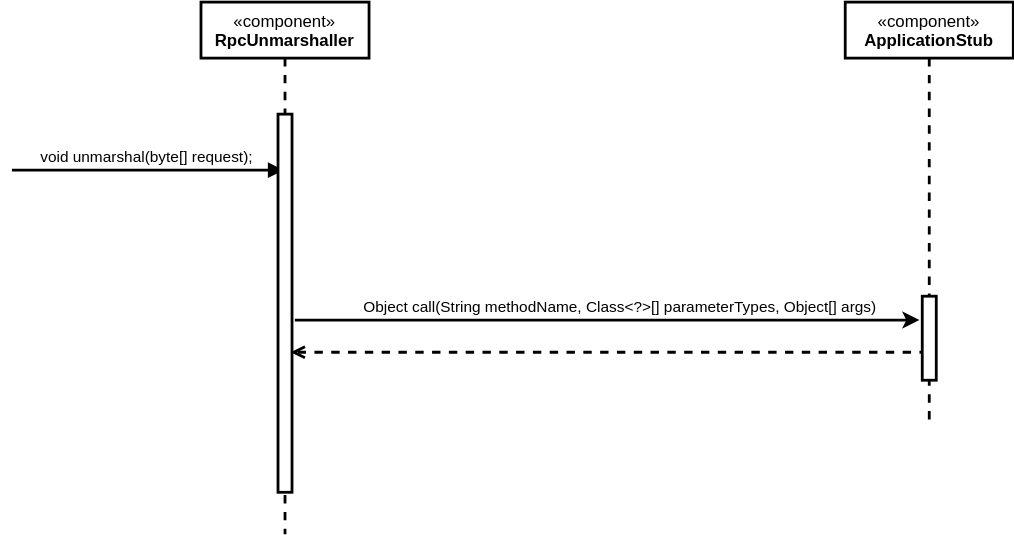
This is docs/middleware/diagrams/UC01IInvokingCallsSequenceDiagramLevel1.drawio.svg from HaniAlshikh/tron, a draw.io export, as it was before one commit. Source tidied: cells renumbered, new cells last; positions are measured from the earlier drawing's top-left corner, leaving out a move shared by most shapes.
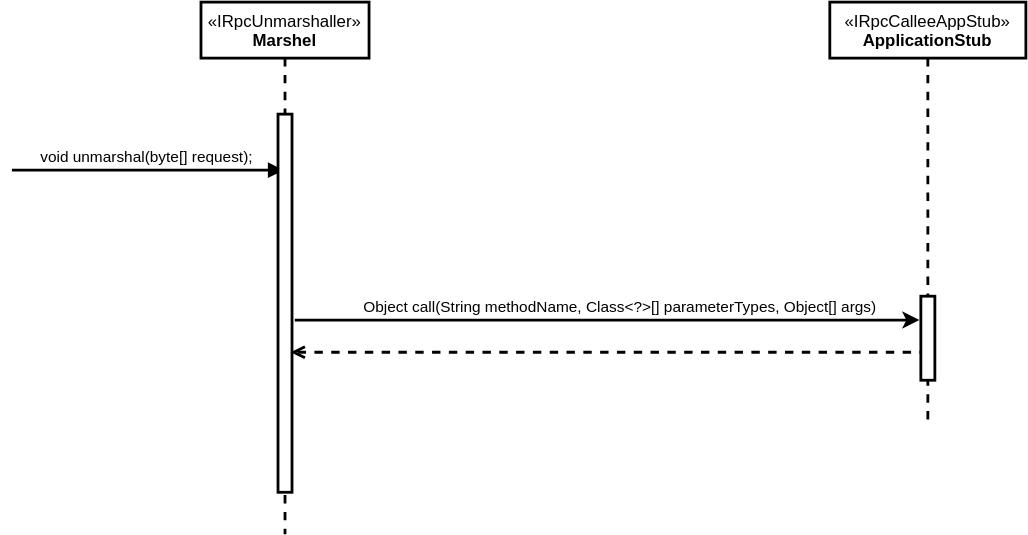
Above is the later version.

Commit message:
Docs: Runtime View Level diagrams interfaces

Diff of the diagram source:
```diff
@@ -12,7 +12,7 @@
         <mxPoint x="13" y="-8" as="offset" />
       </mxGeometry>
     </mxCell>
-    <mxCell id="4" value="&lt;span&gt;«component»&lt;br&gt;&lt;b&gt;RpcUnmarshaller&lt;/b&gt;&lt;br&gt;&lt;/span&gt;" style="shape=umlLifeline;perimeter=lifelinePerimeter;whiteSpace=wrap;html=1;outlineConnect=0;strokeWidth=2;verticalAlign=top;" parent="1" vertex="1">
+    <mxCell id="4" value="&lt;span&gt;«IRpcUnmarshaller»&lt;br&gt;&lt;b&gt;Marshel&lt;/b&gt;&lt;br&gt;&lt;/span&gt;" style="shape=umlLifeline;perimeter=lifelinePerimeter;whiteSpace=wrap;html=1;outlineConnect=0;strokeWidth=2;verticalAlign=top;" parent="1" vertex="1">
       <mxGeometry x="135" width="120" height="380" as="geometry" />
     </mxCell>
     <mxCell id="5" style="edgeStyle=none;shape=connector;rounded=1;html=1;entryX=-0.4;entryY=0.529;entryDx=0;entryDy=0;entryPerimeter=0;labelBackgroundColor=default;fontFamily=Helvetica;fontSize=11;fontColor=default;endArrow=classic;endFill=1;strokeColor=default;strokeWidth=2;" parent="1" edge="1">
@@ -35,11 +35,11 @@
         <mxPoint x="199" y="250" as="targetPoint" />
       </mxGeometry>
     </mxCell>
-    <mxCell id="9" value="&lt;span&gt;«component»&lt;br&gt;&lt;b&gt;ApplicationStub&lt;/b&gt;&lt;br&gt;&lt;/span&gt;" style="shape=umlLifeline;perimeter=lifelinePerimeter;whiteSpace=wrap;html=1;strokeWidth=2;verticalAlign=top;" parent="1" vertex="1">
-      <mxGeometry x="595" width="120" height="300" as="geometry" />
+    <mxCell id="9" value="&lt;span&gt;«IRpcCalleeAppStub»&lt;br&gt;&lt;b&gt;ApplicationStub&lt;/b&gt;&lt;br&gt;&lt;/span&gt;" style="shape=umlLifeline;perimeter=lifelinePerimeter;whiteSpace=wrap;html=1;strokeWidth=2;verticalAlign=top;" parent="1" vertex="1">
+      <mxGeometry x="584" width="140" height="300" as="geometry" />
     </mxCell>
     <mxCell id="10" style="html=1;perimeter=orthogonalPerimeter;strokeWidth=2;verticalAlign=top;" parent="9" vertex="1">
-      <mxGeometry x="55" y="210" width="10" height="60" as="geometry" />
+      <mxGeometry x="65" y="210" width="10" height="60" as="geometry" />
     </mxCell>
   </root>
 </mxGraphModel>
```
